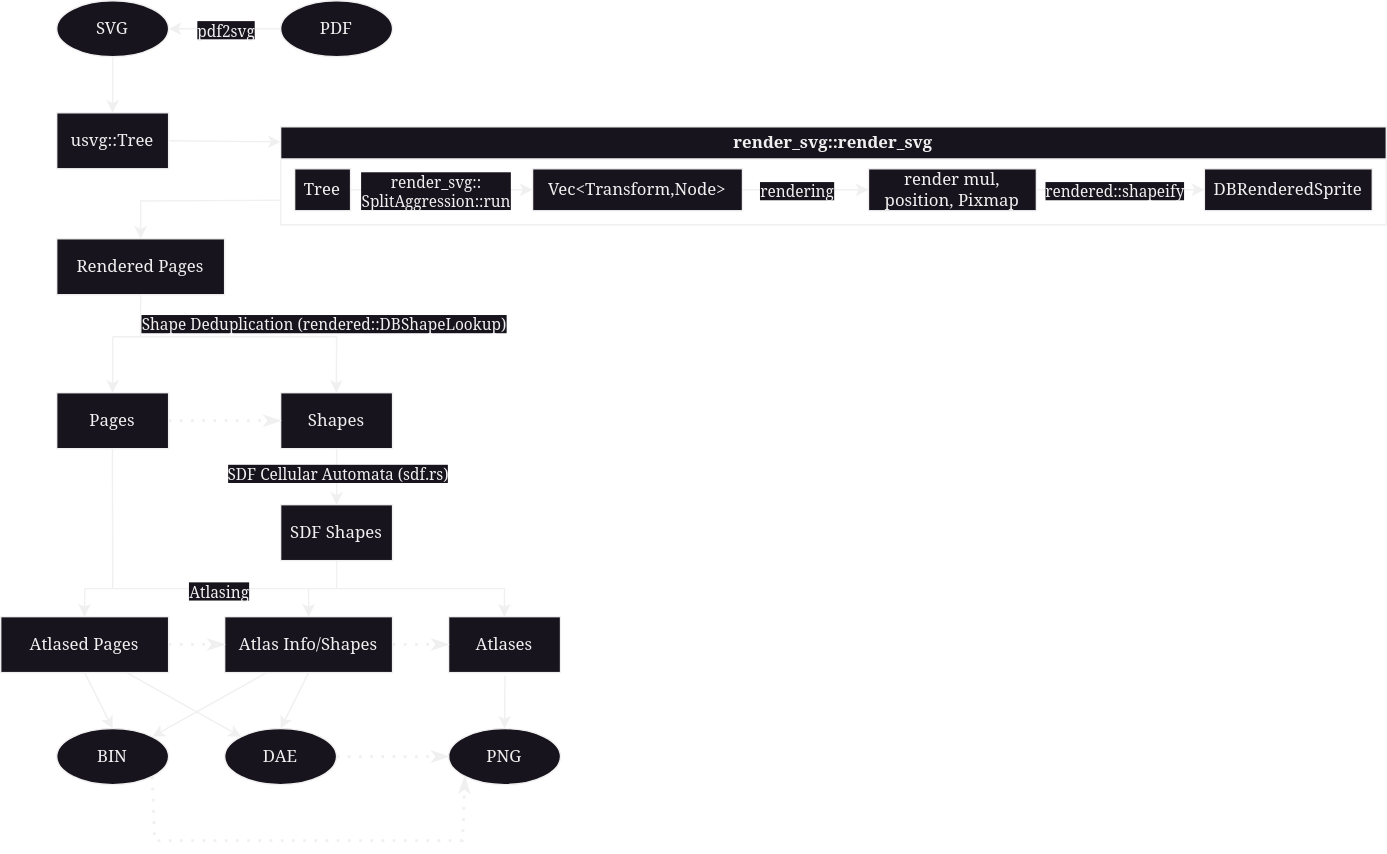
Earlier version of the draw.io export kvbook/flow.drawio.svg (20kdc/vrc-stuff). Source tidied: cells renumbered, new cells last; positions are measured from the earlier drawing's top-left corner, leaving out a move shared by most shapes.
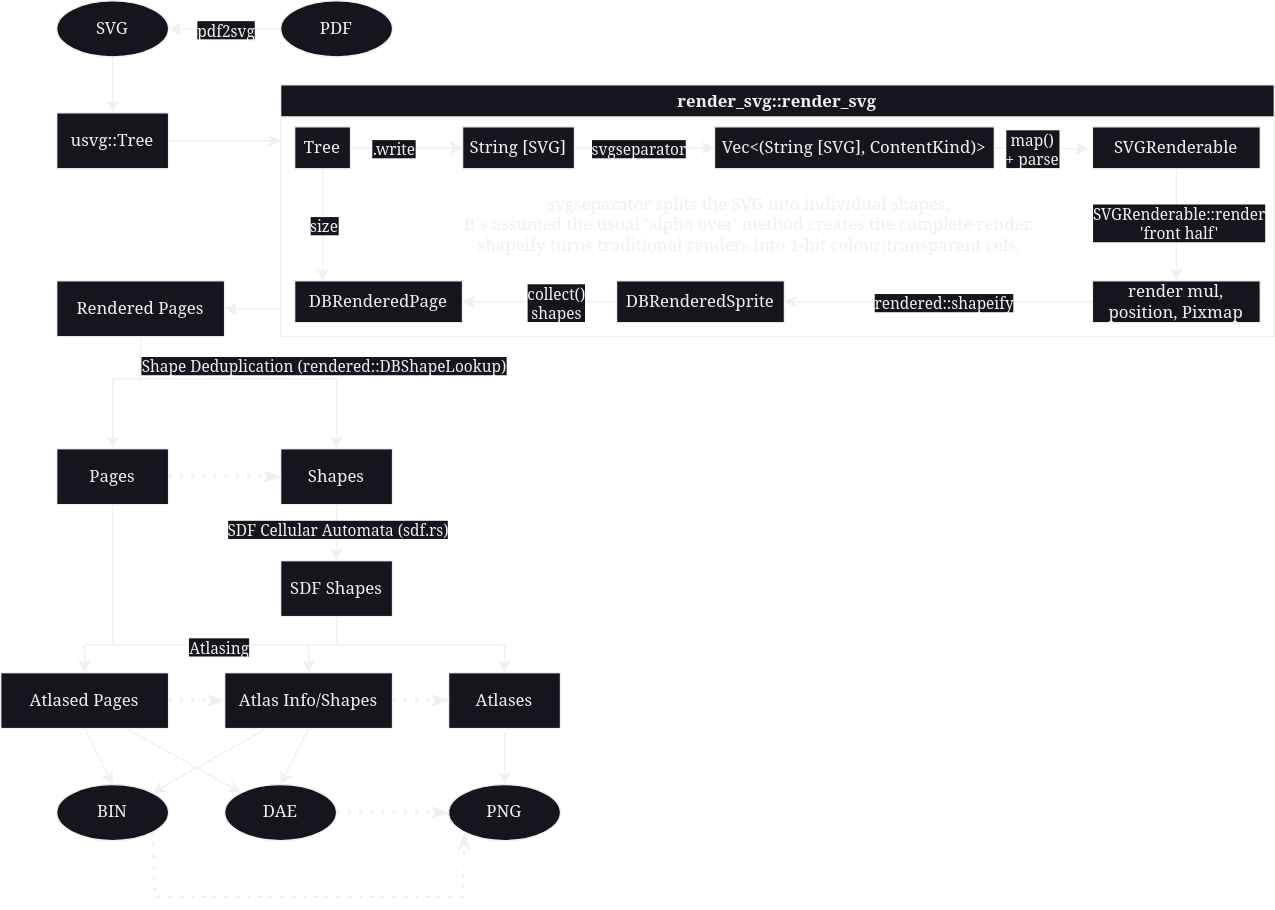
Above is the later version.

Commit message:
kvbook: correct flow diagram, implement shape alpha, adjust testbook accordingly

What changed in the source:
```diff
@@ -3,72 +3,110 @@
     <mxCell id="0" />
     <mxCell id="1" parent="0" />
     <mxCell id="2" value="Rendered Pages" style="rounded=0;whiteSpace=wrap;html=1;fontFamily=Noto Serif;" parent="1" vertex="1">
-      <mxGeometry x="40" y="170" width="120" height="40" as="geometry" />
+      <mxGeometry x="40" y="160" width="120" height="40" as="geometry" />
     </mxCell>
     <mxCell id="3" value="usvg::Tree" style="rounded=0;whiteSpace=wrap;html=1;fontFamily=Noto Serif;" parent="1" vertex="1">
-      <mxGeometry x="40" y="80" width="80" height="40" as="geometry" />
+      <mxGeometry x="40" y="40" width="80" height="40" as="geometry" />
     </mxCell>
     <mxCell id="4" value="render_svg::render_svg" style="swimlane;whiteSpace=wrap;html=1;fontFamily=Noto Serif;" parent="1" vertex="1">
-      <mxGeometry x="200" y="90" width="790" height="70" as="geometry" />
+      <mxGeometry x="200" y="20" width="710" height="180" as="geometry" />
     </mxCell>
-    <mxCell id="5" value="Vec&amp;lt;Transform,Node&amp;gt;" style="rounded=0;whiteSpace=wrap;html=1;fontFamily=Noto Serif;" parent="4" vertex="1">
-      <mxGeometry x="180" y="30" width="150" height="30" as="geometry" />
+    <mxCell id="5" value="Vec&amp;lt;(String [SVG], ContentKind)&amp;gt;" style="rounded=0;whiteSpace=wrap;html=1;fontFamily=Noto Serif;" parent="4" vertex="1">
+      <mxGeometry x="310" y="30" width="200" height="30" as="geometry" />
     </mxCell>
     <mxCell id="6" value="render mul, position, Pixmap" style="rounded=0;whiteSpace=wrap;html=1;fontFamily=Noto Serif;" parent="4" vertex="1">
-      <mxGeometry x="420" y="30" width="120" height="30" as="geometry" />
+      <mxGeometry x="580" y="140" width="120" height="30" as="geometry" />
     </mxCell>
-    <mxCell id="7" style="endArrow=classic;html=1;rounded=0;entryX=0;entryY=0.5;entryDx=0;entryDy=0;exitX=1;exitY=0.5;exitDx=0;exitDy=0;fontFamily=Noto Serif;" parent="4" edge="1" source="5" target="6">
+    <mxCell id="7" style="endArrow=classic;html=1;rounded=0;exitX=1;exitY=0.5;exitDx=0;exitDy=0;fontFamily=Noto Serif;entryX=-0.024;entryY=0.522;entryDx=0;entryDy=0;entryPerimeter=0;" parent="4" edge="1" source="5" target="64">
       <mxGeometry relative="1" as="geometry" />
     </mxCell>
-    <mxCell id="8" value="rendering" style="edgeLabel;html=1;align=center;verticalAlign=middle;fontFamily=Noto Serif;" parent="7" vertex="1">
+    <mxCell id="8" value="map()&lt;br&gt;+ parse" style="edgeLabel;html=1;align=center;verticalAlign=middle;fontFamily=Noto Serif;" parent="7" vertex="1">
       <mxGeometry x="0.08" y="1" relative="1" as="geometry">
         <mxPoint x="-10" y="1" as="offset" />
       </mxGeometry>
     </mxCell>
-    <mxCell id="9" style="endArrow=classic;html=1;rounded=0;entryX=0;entryY=0.5;entryDx=0;entryDy=0;exitX=1;exitY=0.5;exitDx=0;exitDy=0;fontFamily=Noto Serif;" parent="4" edge="1" source="6" target="14">
+    <mxCell id="9" style="endArrow=classic;html=1;rounded=0;entryX=1;entryY=0.5;entryDx=0;entryDy=0;fontFamily=Noto Serif;exitX=0;exitY=0.5;exitDx=0;exitDy=0;" parent="4" edge="1" source="6" target="14">
       <mxGeometry relative="1" as="geometry" />
     </mxCell>
     <mxCell id="10" value="rendered::shapeify" style="edgeLabel;html=1;align=center;verticalAlign=middle;fontFamily=Noto Serif;" parent="9" vertex="1">
       <mxGeometry x="-0.1" relative="1" as="geometry">
-        <mxPoint x="1" as="offset" />
+        <mxPoint x="-7" as="offset" />
       </mxGeometry>
     </mxCell>
     <mxCell id="11" value="Tree" style="rounded=0;whiteSpace=wrap;html=1;fontFamily=Noto Serif;" parent="4" vertex="1">
       <mxGeometry x="10" y="30" width="40" height="30" as="geometry" />
     </mxCell>
-    <mxCell id="12" style="endArrow=classic;html=1;rounded=0;entryX=0;entryY=0.5;entryDx=0;entryDy=0;exitX=1;exitY=0.5;exitDx=0;exitDy=0;fontFamily=Noto Serif;" parent="4" edge="1" source="11" target="5">
+    <mxCell id="12" style="endArrow=classic;html=1;rounded=0;exitX=1;exitY=0.5;exitDx=0;exitDy=0;fontFamily=Noto Serif;entryX=0;entryY=0.5;entryDx=0;entryDy=0;" parent="4" edge="1" source="11" target="59">
       <mxGeometry relative="1" as="geometry" />
     </mxCell>
-    <mxCell id="13" value="render_svg::&lt;br&gt;SplitAggression::run" style="edgeLabel;html=1;align=center;verticalAlign=middle;fontFamily=Noto Serif;" parent="12" vertex="1">
+    <mxCell id="13" value=".write" style="edgeLabel;html=1;align=center;verticalAlign=middle;fontFamily=Noto Serif;" parent="12" vertex="1">
       <mxGeometry x="-0.27" y="-1" relative="1" as="geometry">
-        <mxPoint x="13" y="-1" as="offset" />
+        <mxPoint x="1" y="-1" as="offset" />
       </mxGeometry>
     </mxCell>
     <mxCell id="14" value="DBRenderedSprite" style="rounded=0;whiteSpace=wrap;html=1;fontFamily=Noto Serif;" parent="4" vertex="1">
-      <mxGeometry x="660" y="30" width="120" height="30" as="geometry" />
+      <mxGeometry x="240" y="140" width="120" height="30" as="geometry" />
     </mxCell>
+    <mxCell id="56" value="DBRenderedPage" style="rounded=0;whiteSpace=wrap;html=1;fontFamily=Noto Serif;" parent="4" vertex="1">
+      <mxGeometry x="10" y="140" width="120" height="30" as="geometry" />
+    </mxCell>
+    <mxCell id="57" style="endArrow=classic;html=1;rounded=0;exitX=0.5;exitY=1;exitDx=0;exitDy=0;entryX=0.167;entryY=0;entryDx=0;entryDy=0;entryPerimeter=0;fontFamily=Noto Serif;" parent="4" edge="1" source="11" target="56">
+      <mxGeometry relative="1" as="geometry" />
+    </mxCell>
+    <mxCell id="58" value="size" style="edgeLabel;html=1;align=center;verticalAlign=middle;fontFamily=Noto Serif;" parent="57" vertex="1">
+      <mxGeometry x="0.02" relative="1" as="geometry" />
+    </mxCell>
+    <mxCell id="59" value="String [SVG]" style="rounded=0;whiteSpace=wrap;html=1;fontFamily=Noto Serif;" parent="4" vertex="1">
+      <mxGeometry x="130" y="30" width="80" height="30" as="geometry" />
+    </mxCell>
+    <mxCell id="60" style="endArrow=classic;html=1;rounded=0;exitX=0;exitY=0.5;exitDx=0;exitDy=0;entryX=1;entryY=0.5;entryDx=0;entryDy=0;fontFamily=Noto Serif;" parent="4" edge="1" source="14" target="56">
+      <mxGeometry relative="1" as="geometry" />
+    </mxCell>
+    <mxCell id="61" value="collect()&lt;br&gt;shapes" style="edgeLabel;html=1;align=center;verticalAlign=middle;fontFamily=Noto Serif;" parent="60" vertex="1">
+      <mxGeometry x="-0.31" y="-1" relative="1" as="geometry">
+        <mxPoint x="-6" y="1" as="offset" />
+      </mxGeometry>
+    </mxCell>
+    <mxCell id="62" style="endArrow=classic;html=1;rounded=0;entryX=0;entryY=0.5;entryDx=0;entryDy=0;fontFamily=Noto Serif;exitX=1;exitY=0.5;exitDx=0;exitDy=0;" parent="4" edge="1" source="59" target="5">
+      <mxGeometry relative="1" as="geometry" />
+    </mxCell>
+    <mxCell id="63" value="svgseparator" style="edgeLabel;html=1;align=center;verticalAlign=middle;fontFamily=Noto Serif;" parent="62" vertex="1">
+      <mxGeometry x="-0.1" relative="1" as="geometry" />
+    </mxCell>
+    <mxCell id="64" value="SVGRenderable" style="rounded=0;whiteSpace=wrap;html=1;fontFamily=Noto Serif;" parent="4" vertex="1">
+      <mxGeometry x="580" y="30" width="120" height="30" as="geometry" />
+    </mxCell>
+    <mxCell id="65" style="endArrow=classic;html=1;rounded=0;exitX=0.5;exitY=1;exitDx=0;exitDy=0;entryX=0.5;entryY=0;entryDx=0;entryDy=0;fontFamily=Noto Serif;" parent="4" edge="1" source="64" target="6">
+      <mxGeometry relative="1" as="geometry" />
+    </mxCell>
+    <mxCell id="66" value="SVGRenderable::render&lt;br&gt;'front half'" style="edgeLabel;html=1;align=center;verticalAlign=middle;fontFamily=Noto Serif;" parent="65" vertex="1">
+      <mxGeometry x="-0.04" y="1" relative="1" as="geometry" />
+    </mxCell>
+    <mxCell id="67" value="svgseparator splits the SVG into individual shapes.&lt;br&gt;It's assumed the usual 'alpha over' method creates the complete render.&lt;br&gt;shapeify turns traditional renders into 1-bit colour/transparent cels." style="text;html=1;align=center;verticalAlign=middle;whiteSpace=wrap;rounded=0;fontFamily=Noto Serif;" parent="4" vertex="1">
+      <mxGeometry x="110" y="60" width="450" height="80" as="geometry" />
+    </mxCell>
-    <mxCell id="15" style="endArrow=classic;html=1;rounded=0;entryX=0.5;entryY=0;entryDx=0;entryDy=0;exitX=0;exitY=0.75;exitDx=0;exitDy=0;fontFamily=Noto Serif;" parent="1" edge="1" source="4" target="2">
+    <mxCell id="15" style="endArrow=classic;html=1;rounded=0;entryX=1;entryY=0.5;entryDx=0;entryDy=0;fontFamily=Noto Serif;" parent="1" edge="1" target="2">
       <mxGeometry relative="1" as="geometry">
-        <Array as="points">
-          <mxPoint x="100" y="143" />
-        </Array>
+        <mxPoint x="200" y="180" as="sourcePoint" />
       </mxGeometry>
     </mxCell>
-    <mxCell id="16" style="endArrow=classic;html=1;rounded=0;exitX=1;exitY=0.5;exitDx=0;exitDy=0;entryX=0;entryY=0.154;entryDx=0;entryDy=0;entryPerimeter=0;fontFamily=Noto Serif;" parent="1" edge="1" source="3" target="4">
-      <mxGeometry relative="1" as="geometry" />
+    <mxCell id="16" style="endArrow=classic;html=1;rounded=0;exitX=1;exitY=0.5;exitDx=0;exitDy=0;fontFamily=Noto Serif;" parent="1" edge="1" source="3">
+      <mxGeometry relative="1" as="geometry">
+        <mxPoint x="200" y="60" as="targetPoint" />
+      </mxGeometry>
     </mxCell>
     <mxCell id="17" value="Pages" style="rounded=0;whiteSpace=wrap;html=1;fontFamily=Noto Serif;" parent="1" vertex="1">
       <mxGeometry x="40" y="280" width="80" height="40" as="geometry" />
     </mxCell>
     <mxCell id="18" style="endArrow=classic;html=1;rounded=0;fontFamily=Noto Serif;" parent="1" edge="1" target="17">
       <mxGeometry relative="1" as="geometry">
-        <mxPoint x="80" y="240" as="sourcePoint" />
+        <mxPoint x="80" y="230" as="sourcePoint" />
       </mxGeometry>
     </mxCell>
     <mxCell id="19" style="endArrow=none;html=1;rounded=0;fontFamily=Noto Serif;" parent="1" edge="1">
       <mxGeometry relative="1" as="geometry">
-        <mxPoint x="80" y="240" as="sourcePoint" />
-        <mxPoint x="240" y="240" as="targetPoint" />
+        <mxPoint x="80" y="230" as="sourcePoint" />
+        <mxPoint x="240" y="230" as="targetPoint" />
       </mxGeometry>
     </mxCell>
     <mxCell id="20" value="Shape Deduplication (rendered::DBShapeLookup)" style="edgeLabel;html=1;align=center;verticalAlign=middle;fontFamily=Noto Serif;" parent="19" vertex="1">
@@ -79,10 +117,9 @@
     <mxCell id="21" value="Shapes" style="rounded=0;whiteSpace=wrap;html=1;fontFamily=Noto Serif;" parent="1" vertex="1">
       <mxGeometry x="200" y="280" width="80" height="40" as="geometry" />
     </mxCell>
-    <mxCell id="22" style="endArrow=classic;html=1;rounded=0;fontFamily=Noto Serif;" parent="1" edge="1">
+    <mxCell id="22" style="endArrow=classic;html=1;rounded=0;fontFamily=Noto Serif;entryX=0.5;entryY=0;entryDx=0;entryDy=0;" parent="1" edge="1" target="21">
       <mxGeometry relative="1" as="geometry">
-        <mxPoint x="240" y="240" as="sourcePoint" />
-        <mxPoint x="239.8" y="280" as="targetPoint" />
+        <mxPoint x="240" y="230" as="sourcePoint" />
       </mxGeometry>
     </mxCell>
     <mxCell id="23" value="SDF&lt;span style=&quot;background-color: initial;&quot;&gt;&amp;nbsp;Shapes&lt;/span&gt;" style="rounded=0;whiteSpace=wrap;html=1;fontFamily=Noto Serif;" parent="1" vertex="1">
@@ -197,13 +234,13 @@
       </mxGeometry>
     </mxCell>
     <mxCell id="50" value="SVG" style="ellipse;whiteSpace=wrap;html=1;fontFamily=Noto Serif;" parent="1" vertex="1">
-      <mxGeometry x="40" width="80" height="40" as="geometry" />
+      <mxGeometry x="40" y="-40" width="80" height="40" as="geometry" />
     </mxCell>
     <mxCell id="51" style="endArrow=classic;html=1;rounded=0;exitX=0.5;exitY=1;exitDx=0;exitDy=0;entryX=0.5;entryY=0;entryDx=0;entryDy=0;fontFamily=Noto Serif;" parent="1" edge="1" source="50" target="3">
       <mxGeometry relative="1" as="geometry" />
     </mxCell>
     <mxCell id="52" value="PDF" style="ellipse;whiteSpace=wrap;html=1;fontFamily=Noto Serif;" parent="1" vertex="1">
-      <mxGeometry x="200" width="80" height="40" as="geometry" />
+      <mxGeometry x="200" y="-40" width="80" height="40" as="geometry" />
     </mxCell>
     <mxCell id="53" style="endArrow=classic;html=1;rounded=0;exitX=0;exitY=0.5;exitDx=0;exitDy=0;entryX=1;entryY=0.5;entryDx=0;entryDy=0;fontFamily=Noto Serif;" parent="1" edge="1" source="52" target="50">
       <mxGeometry relative="1" as="geometry" />
@@ -215,7 +252,7 @@
     </mxCell>
     <mxCell id="55" style="endArrow=none;html=1;rounded=0;entryX=0.5;entryY=1;entryDx=0;entryDy=0;fontFamily=Noto Serif;" parent="1" edge="1" target="2">
       <mxGeometry relative="1" as="geometry">
-        <mxPoint x="99.8" y="240" as="sourcePoint" />
+        <mxPoint x="99.8" y="230" as="sourcePoint" />
       </mxGeometry>
     </mxCell>
   </root>
```
